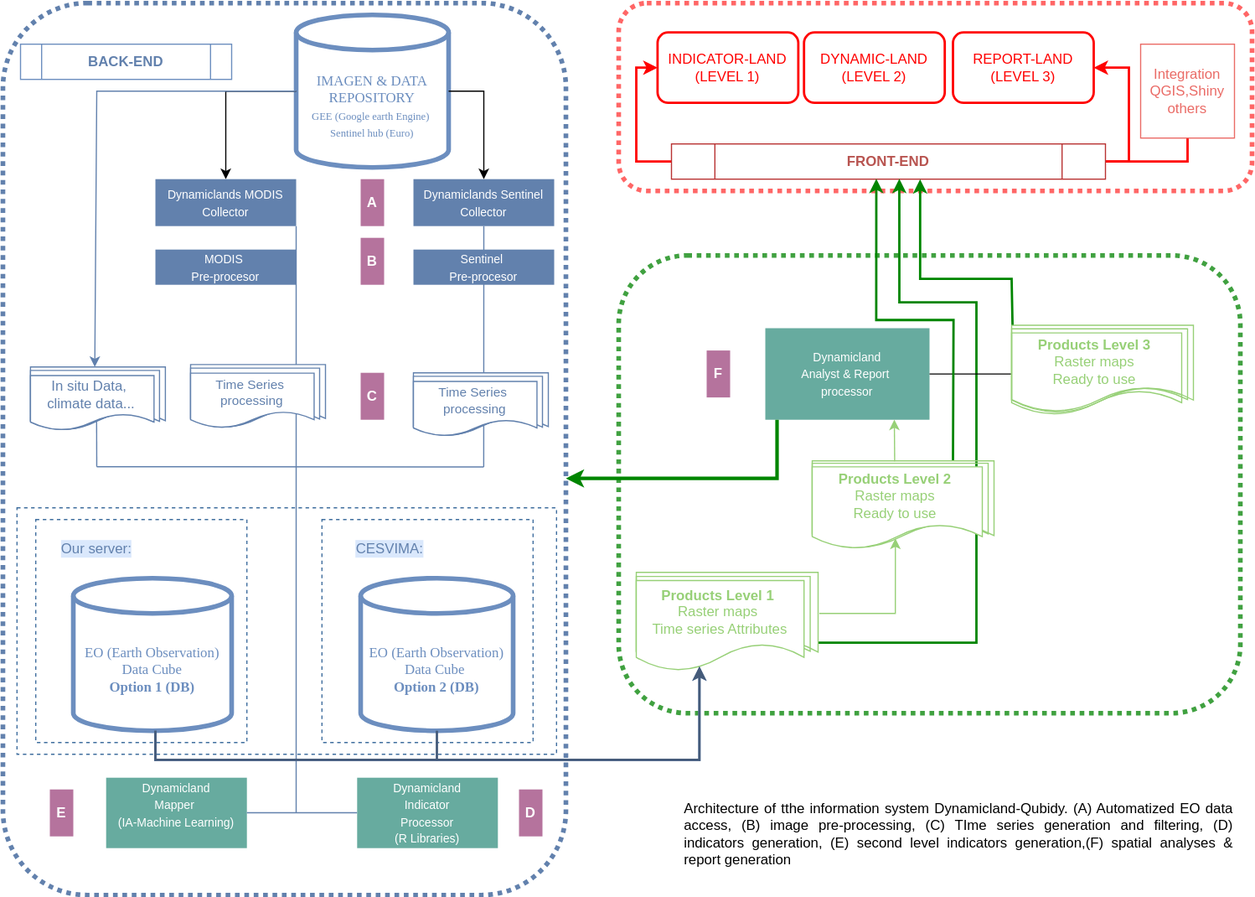
This is img/Arquitectura_datos.svg from GeoInfolandyn/infolandyn.github.io, a draw.io export, as it was before one commit. Source tidied: cells renumbered, new cells last; positions are measured from the earlier drawing's top-left corner, leaving out a move shared by most shapes.
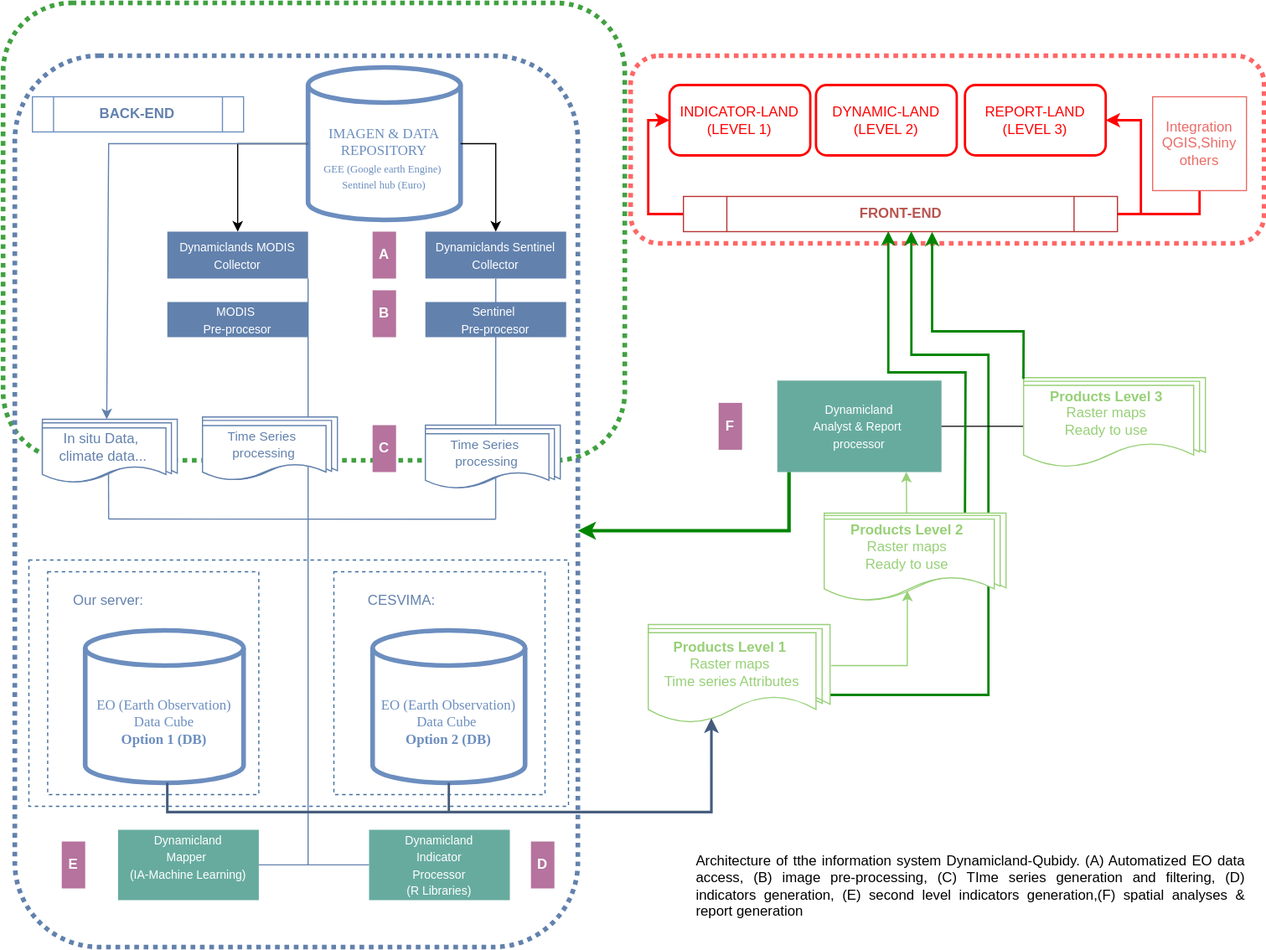
After the change.

Commit message:
Actualizo diagrama a ultima version.

The edit, as a diff of the source:
```diff
@@ -3,7 +3,7 @@
     <mxCell id="0" />
     <mxCell id="1" parent="0" />
     <mxCell id="2" style="rounded=1;whiteSpace=wrap;html=1;fillColor=none;strokeColor=#40A140;strokeWidth=4;dashed=1;dashPattern=1 1;fontColor=#97D077;" parent="1" vertex="1">
-      <mxGeometry x="525" y="215" width="530" height="390" as="geometry" />
+      <mxGeometry x="-10" y="-45" width="530" height="390" as="geometry" />
     </mxCell>
     <mxCell id="3" style="whiteSpace=wrap;html=1;fillColor=none;strokeColor=#6281AD;rounded=1;verticalAlign=top;horizontal=1;perimeterSpacing=0;strokeWidth=4;dashed=1;dashPattern=1 1;" parent="1" vertex="1">
       <mxGeometry width="480" height="760" as="geometry" />
@@ -75,10 +75,10 @@
     <mxCell id="22" value="&lt;font color=&quot;#6c8ebf&quot;&gt;EO (Earth Observation)&lt;br&gt;Data Cube&lt;br&gt;&lt;b&gt;Option 1 (DB)&lt;/b&gt;&lt;/font&gt;" style="shape=cylinder3;whiteSpace=wrap;html=1;boundedLbl=1;backgroundOutline=1;size=15;fillColor=none;fontColor=#333333;strokeColor=#6C8EBF;strokeWidth=4;fontFamily=Verdana;" parent="1" vertex="1">
       <mxGeometry x="60" y="490" width="135" height="130" as="geometry" />
     </mxCell>
-    <mxCell id="23" value="Our server:" style="text;html=1;strokeColor=none;fillColor=none;align=center;verticalAlign=middle;whiteSpace=wrap;rounded=0;fontColor=#6281AD;labelBackgroundColor=#DAE8FC;" parent="1" vertex="1">
+    <mxCell id="23" value="Our server:" style="text;html=1;strokeColor=none;fillColor=none;align=center;verticalAlign=middle;whiteSpace=wrap;rounded=0;fontColor=#6281AD;labelBackgroundColor=none;labelBorderColor=none;" parent="1" vertex="1">
       <mxGeometry x="40" y="450" width="80" height="30" as="geometry" />
     </mxCell>
-    <mxCell id="24" value="CESVIMA:" style="text;html=1;strokeColor=none;fillColor=none;align=center;verticalAlign=middle;whiteSpace=wrap;rounded=0;fontColor=#6281AD;labelBackgroundColor=#DAE8FC;" parent="1" vertex="1">
+    <mxCell id="24" value="CESVIMA:" style="text;html=1;strokeColor=none;fillColor=none;align=center;verticalAlign=middle;whiteSpace=wrap;rounded=0;fontColor=#6281AD;labelBackgroundColor=none;labelBorderColor=none;" parent="1" vertex="1">
       <mxGeometry x="290" y="450" width="80" height="30" as="geometry" />
     </mxCell>
     <mxCell id="25" style="endArrow=classic;html=1;rounded=0;entryX=0.5;entryY=0;entryDx=0;entryDy=0;exitX=0;exitY=0.5;exitDx=0;exitDy=0;exitPerimeter=0;strokeColor=#6281AD;" parent="1" edge="1" source="12">
@@ -230,32 +230,24 @@
         </Array>
       </mxGeometry>
     </mxCell>
-    <mxCell id="55" style="shape=document;whiteSpace=wrap;html=1;boundedLbl=1;fillColor=none;fontColor=#97D077;strokeColor=#97D077;" parent="1" vertex="1">
+    <mxCell id="55" style="shape=document;whiteSpace=wrap;html=1;boundedLbl=1;fillColor=default;fontColor=#97D077;strokeColor=#97D077;" parent="1" vertex="1">
       <mxGeometry x="690" y="390" width="155" height="75" as="geometry" />
     </mxCell>
-    <mxCell id="56" style="shape=document;whiteSpace=wrap;html=1;boundedLbl=1;fillColor=none;fontColor=#97D077;strokeColor=#97D077;" parent="1" vertex="1">
+    <mxCell id="56" style="shape=document;whiteSpace=wrap;html=1;boundedLbl=1;fillColor=default;fontColor=#97D077;strokeColor=#97D077;" parent="1" vertex="1">
       <mxGeometry x="690" y="392.1" width="150" height="70.8" as="geometry" />
     </mxCell>
     <mxCell id="57" value="&lt;b&gt;Products Level 2&amp;nbsp;&lt;br&gt;&lt;/b&gt;Raster maps&amp;nbsp;&lt;br&gt;Ready to use&amp;nbsp;" style="shape=document;whiteSpace=wrap;html=1;boundedLbl=1;fillColor=default;size=0.29800929789009417;fontColor=#97D077;strokeColor=#97D077;" parent="1" vertex="1">
       <mxGeometry x="690" y="395.1" width="145" height="69.9" as="geometry" />
     </mxCell>
-    <mxCell id="58" style="shape=document;whiteSpace=wrap;html=1;boundedLbl=1;fillColor=none;strokeColor=#97D077;" parent="1" vertex="1">
+    <mxCell id="58" style="shape=document;whiteSpace=wrap;html=1;boundedLbl=1;fillColor=default;strokeColor=#97D077;" parent="1" vertex="1">
       <mxGeometry x="860" y="274.5" width="155" height="75" as="geometry" />
     </mxCell>
-    <mxCell id="59" style="shape=document;whiteSpace=wrap;html=1;boundedLbl=1;fillColor=none;fontColor=#97D077;strokeColor=#97D077;" parent="1" vertex="1">
+    <mxCell id="59" style="shape=document;whiteSpace=wrap;html=1;boundedLbl=1;fillColor=default;fontColor=#97D077;strokeColor=#97D077;" parent="1" vertex="1">
       <mxGeometry x="860" y="277.6" width="150" height="70.8" as="geometry" />
     </mxCell>
-    <mxCell id="60" value="&lt;b&gt;Products Level 3&amp;nbsp;&lt;br&gt;&lt;/b&gt;Raster maps&amp;nbsp;&lt;br&gt;Ready to use&amp;nbsp;" style="shape=document;whiteSpace=wrap;html=1;boundedLbl=1;fillColor=none;size=0.29800929789009417;fontColor=#97D077;strokeColor=#97D077;" parent="1" vertex="1">
+    <mxCell id="60" value="&lt;b&gt;Products Level 3&amp;nbsp;&lt;br&gt;&lt;/b&gt;Raster maps&amp;nbsp;&lt;br&gt;Ready to use&amp;nbsp;" style="shape=document;whiteSpace=wrap;html=1;boundedLbl=1;fillColor=default;size=0.29800929789009417;fontColor=#97D077;strokeColor=#97D077;" parent="1" vertex="1">
       <mxGeometry x="860" y="281" width="145" height="69.9" as="geometry" />
     </mxCell>
-    <mxCell id="61" style="endArrow=classic;html=1;rounded=0;exitX=0.005;exitY=-0.005;exitDx=0;exitDy=0;exitPerimeter=0;strokeColor=#008500;strokeWidth=2;entryX=0.573;entryY=1.004;entryDx=0;entryDy=0;entryPerimeter=0;" parent="1" edge="1" source="58" target="33">
-      <mxGeometry relative="1" as="geometry">
-        <Array as="points">
-          <mxPoint x="860" y="235" />
-          <mxPoint x="782" y="235" />
-        </Array>
-      </mxGeometry>
-    </mxCell>
     <mxCell id="62" style="group;fillColor=none;" parent="1" vertex="1">
       <mxGeometry x="160" y="308" width="115" height="54" as="geometry" />
     </mxCell>
@@ -297,5 +289,13 @@
     <mxCell id="73" value="&lt;font color=&quot;#6281ad&quot;&gt;In situ Data,&amp;nbsp;&lt;br&gt;climate data...&lt;/font&gt;" style="shape=document;whiteSpace=wrap;html=1;boundedLbl=1;fillColor=default;strokeColor=#6281AD;shadow=0;perimeter=none;" parent="1" vertex="1">
       <mxGeometry x="23.5" y="317.3" width="105.3" height="46.7" as="geometry" />
     </mxCell>
+    <mxCell id="61" style="endArrow=classic;html=1;rounded=0;exitX=-0.001;exitY=0.013;exitDx=0;exitDy=0;exitPerimeter=0;strokeColor=#008500;strokeWidth=2;entryX=0.573;entryY=1.004;entryDx=0;entryDy=0;entryPerimeter=0;" parent="1" edge="1" source="58" target="33">
+      <mxGeometry x="535" y="260" relative="1" as="geometry">
+        <Array as="points">
+          <mxPoint x="860" y="235" />
+          <mxPoint x="782" y="235" />
+        </Array>
+      </mxGeometry>
+    </mxCell>
   </root>
 </mxGraphModel>
```
